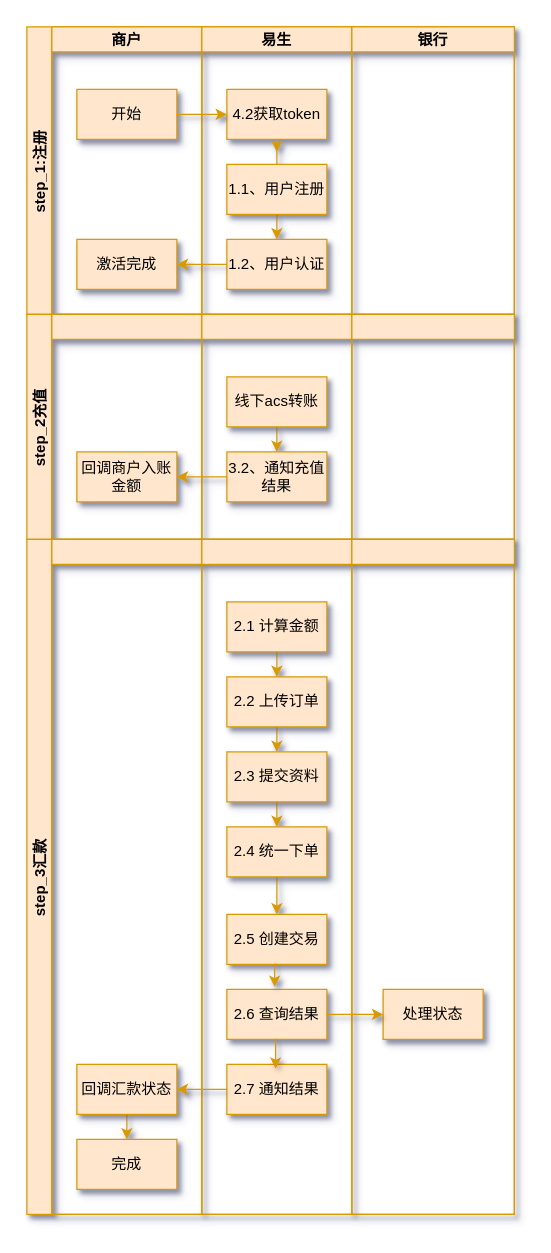
This is 购付汇业务流程.drawio from gao888888/bolg, a draw.io file, before an edit. Source tidied: cells renumbered, new cells numbered last; positions are measured from the earlier drawing's top-left corner, leaving out a move shared by most shapes. Both pictures are drawn from the tidied source at 125%, with x=0, y=0 at pixel (26, 26).
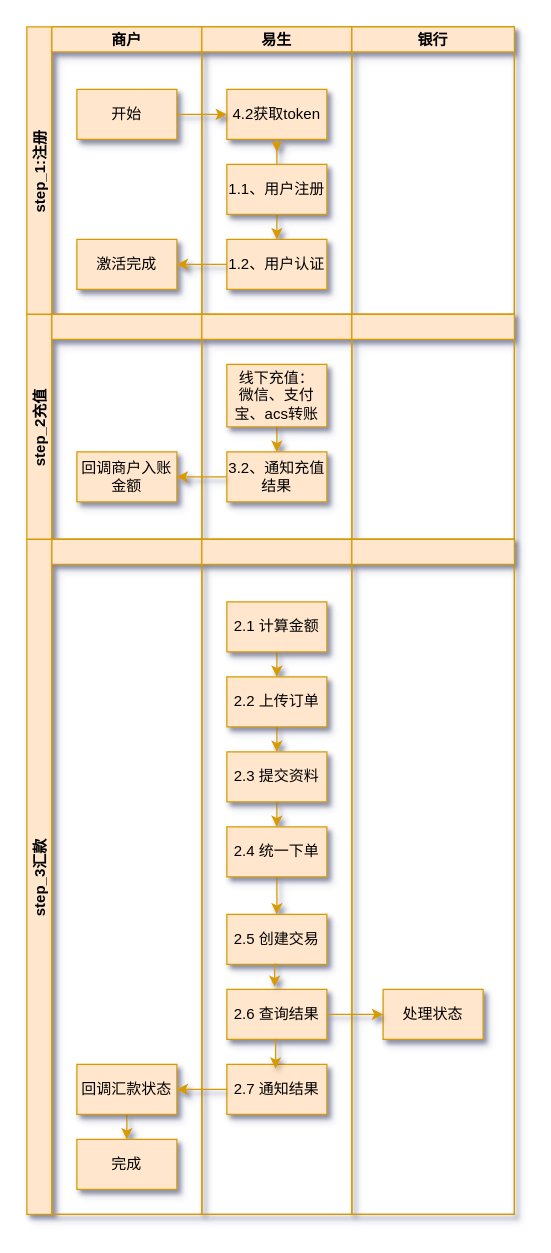
After the change.

Commit message (it also covers changes not shown here):
更新购付汇业务流程.drawio

Unchanged cells that the change refers to:
```xml
<mxCell id="18" style="swimlane;startSize=20;fillColor=#ffe6cc;strokeColor=#d79b00;shadow=1;" parent="15" vertex="1">
  <mxGeometry x="140" width="120" height="180" as="geometry" />
</mxCell>
```

The edit, as a diff of the source:
```diff
@@
-    <mxCell id="20" value="线下acs转账" style="rounded=0;whiteSpace=wrap;html=1;fillColor=#ffe6cc;strokeColor=#d79b00;shadow=1;" parent="18" vertex="1">
-      <mxGeometry x="20" y="50" width="80" height="40" as="geometry" />
+    <mxCell id="20" value="线下充值：&lt;br&gt;微信、支付宝、acs转账" style="rounded=0;whiteSpace=wrap;html=1;fillColor=#ffe6cc;strokeColor=#d79b00;shadow=1;" parent="18" vertex="1">
+      <mxGeometry x="20" y="40" width="80" height="50" as="geometry" />
     </mxCell>
```
